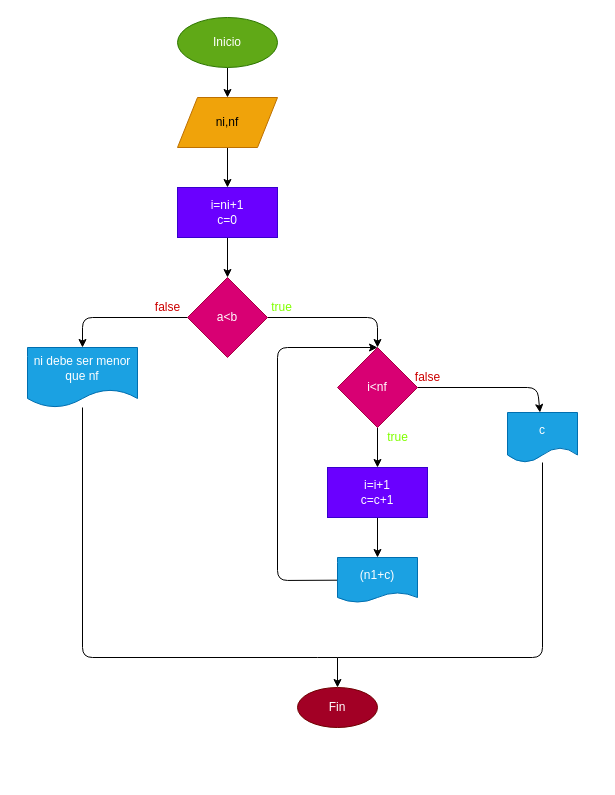
LaPulga1828/Ejercicios-con-While keeps this draw.io diagram as ejercicio2/diagrama.drawio. Above is the earlier version. Source tidied: cells renumbered, new cells numbered last; positions are measured from the earlier drawing's top-left corner, leaving out a move shared by most shapes. Both pictures are drawn from the tidied source at 100%, with x=0, y=0 at pixel (27, 17).
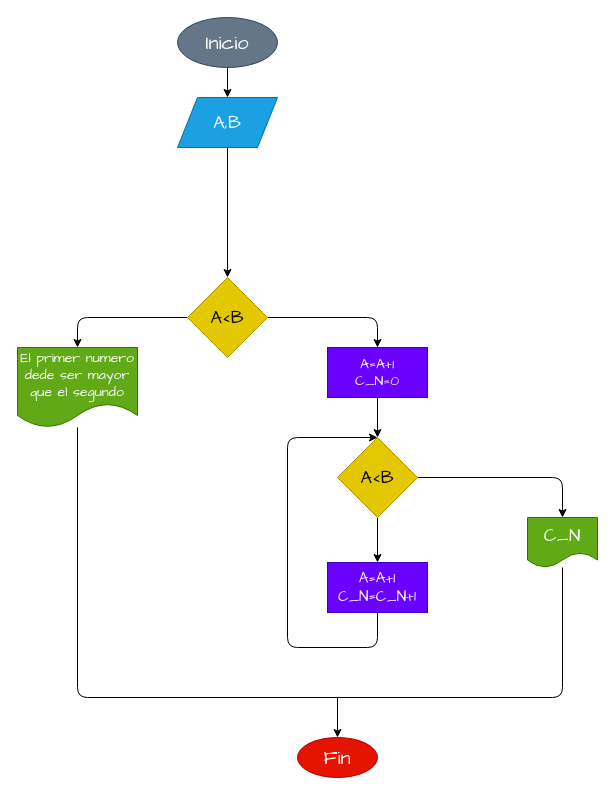
After the change.

Change to the diagram source:
```diff
@@
-    <mxCell id="3" value="Inicio" style="ellipse;whiteSpace=wrap;html=1;fillColor=#60a917;fontColor=#ffffff;strokeColor=#2D7600;" parent="1" vertex="1">
+    <mxCell id="3" value="Inicio" style="ellipse;whiteSpace=wrap;html=1;fillColor=#647687;fontColor=#ffffff;strokeColor=#314354;fontFamily=Comic Sans MS;fontSize=20;" parent="1" vertex="1">
       <mxGeometry x="150" width="100" height="50" as="geometry" />
     </mxCell>
-    <mxCell id="4" style="edgeStyle=none;html=1;" parent="1" edge="1" source="5" target="7">
+    <mxCell id="4" style="edgeStyle=none;html=1;entryX=0.5;entryY=0;entryDx=0;entryDy=0;" parent="1" edge="1" source="5" target="10">
       <mxGeometry relative="1" as="geometry" />
     </mxCell>
-    <mxCell id="5" value="ni,nf" style="shape=parallelogram;perimeter=parallelogramPerimeter;whiteSpace=wrap;html=1;fixedSize=1;fillColor=#f0a30a;strokeColor=#BD7000;fontColor=#000000;" parent="1" vertex="1">
+    <mxCell id="5" value="A,B" style="shape=parallelogram;perimeter=parallelogramPerimeter;whiteSpace=wrap;html=1;fixedSize=1;fillColor=#1ba1e2;strokeColor=#006EAF;fontColor=#ffffff;fontFamily=Comic Sans MS;fontSize=18;" parent="1" vertex="1">
       <mxGeometry x="150" y="80" width="100" height="50" as="geometry" />
     </mxCell>
-    <mxCell id="6" style="edgeStyle=none;html=1;" parent="1" edge="1" source="7" target="10">
-      <mxGeometry relative="1" as="geometry" />
-    </mxCell>
+    <mxCell id="26" style="edgeStyle=none;html=1;entryX=0.5;entryY=0;entryDx=0;entryDy=0;" parent="1" edge="1" source="7" target="15">
+      <mxGeometry relative="1" as="geometry" />
+    </mxCell>
-    <mxCell id="7" value="i=ni+1&lt;br&gt;c=0" style="whiteSpace=wrap;html=1;fillColor=#6a00ff;strokeColor=#3700CC;fontColor=#ffffff;" parent="1" vertex="1">
-      <mxGeometry x="150" y="170" width="100" height="50" as="geometry" />
+    <mxCell id="7" value="A=A+1&lt;br style=&quot;font-size: 14px;&quot;&gt;C_N=0" style="whiteSpace=wrap;html=1;fillColor=#6a00ff;strokeColor=#3700CC;fontColor=#ffffff;fontFamily=Comic Sans MS;fontSize=14;" parent="1" vertex="1">
+      <mxGeometry x="300" y="330" width="100" height="50" as="geometry" />
     </mxCell>
     <mxCell id="8" style="edgeStyle=none;html=1;" parent="1" edge="1" source="10" target="12">
       <mxGeometry relative="1" as="geometry">
         <Array as="points">
-          <mxPoint x="55" y="300" />
+          <mxPoint x="50" y="300" />
         </Array>
       </mxGeometry>
     </mxCell>
-    <mxCell id="9" style="edgeStyle=none;html=1;" parent="1" edge="1" source="10" target="15">
+    <mxCell id="9" style="edgeStyle=none;html=1;entryX=0.5;entryY=0;entryDx=0;entryDy=0;" parent="1" edge="1" source="10" target="7">
       <mxGeometry relative="1" as="geometry">
         <Array as="points">
           <mxPoint x="350" y="300" />
         </Array>
       </mxGeometry>
     </mxCell>
-    <mxCell id="10" value="a&amp;lt;b" style="rhombus;whiteSpace=wrap;html=1;fillColor=#d80073;strokeColor=#A50040;fontColor=#ffffff;" parent="1" vertex="1">
+    <mxCell id="10" value="A&amp;lt;B" style="rhombus;whiteSpace=wrap;html=1;fillColor=#e3c800;strokeColor=#B09500;fontColor=#000000;fontFamily=Comic Sans MS;fontSize=18;" parent="1" vertex="1">
       <mxGeometry x="160" y="260" width="80" height="80" as="geometry" />
     </mxCell>
     <mxCell id="11" style="edgeStyle=none;html=1;fontColor=#CC0000;endArrow=none;endFill=0;" parent="1" edge="1" source="12" target="21">
       <mxGeometry relative="1" as="geometry">
         <Array as="points">
-          <mxPoint x="55" y="640" />
-          <mxPoint x="300" y="640" />
-          <mxPoint x="515" y="640" />
+          <mxPoint x="50" y="680" />
+          <mxPoint x="535" y="680" />
         </Array>
       </mxGeometry>
     </mxCell>
-    <mxCell id="12" value="ni debe ser menor que nf" style="shape=document;whiteSpace=wrap;html=1;boundedLbl=1;fillColor=#1ba1e2;fontColor=#ffffff;strokeColor=#006EAF;" parent="1" vertex="1">
-      <mxGeometry y="330" width="110" height="60" as="geometry" />
+    <mxCell id="12" value="El primer numero dede ser mayor que el segundo" style="shape=document;whiteSpace=wrap;html=1;boundedLbl=1;fillColor=#60a917;fontColor=#ffffff;strokeColor=#2D7600;fontFamily=Comic Sans MS;fontSize=14;" parent="1" vertex="1">
+      <mxGeometry x="-10" y="330" width="120" height="80" as="geometry" />
     </mxCell>
@@
     <mxCell id="14" style="edgeStyle=none;html=1;fontColor=#000000;" parent="1" edge="1" source="15" target="21">
       <mxGeometry relative="1" as="geometry">
         <Array as="points">
-          <mxPoint x="510" y="370" />
+          <mxPoint x="535" y="460" />
         </Array>
       </mxGeometry>
     </mxCell>
-    <mxCell id="15" value="i&amp;lt;nf" style="rhombus;whiteSpace=wrap;html=1;fillColor=#d80073;fontColor=#ffffff;strokeColor=#A50040;" parent="1" vertex="1">
-      <mxGeometry x="310" y="330" width="80" height="80" as="geometry" />
+    <mxCell id="15" value="A&amp;lt;B" style="rhombus;whiteSpace=wrap;html=1;fillColor=#e3c800;fontColor=#000000;strokeColor=#B09500;fontFamily=Comic Sans MS;fontSize=18;" parent="1" vertex="1">
+      <mxGeometry x="310" y="420" width="80" height="80" as="geometry" />
     </mxCell>
-    <mxCell id="16" style="edgeStyle=none;html=1;" parent="1" edge="1" source="17" target="19">
-      <mxGeometry relative="1" as="geometry" />
-    </mxCell>
+    <mxCell id="27" style="edgeStyle=none;html=1;entryX=0.5;entryY=0;entryDx=0;entryDy=0;exitX=0.5;exitY=1;exitDx=0;exitDy=0;" parent="1" edge="1" source="17" target="15">
+      <mxGeometry relative="1" as="geometry">
+        <Array as="points">
+          <mxPoint x="350" y="630" />
+          <mxPoint x="260" y="630" />
+          <mxPoint x="260" y="420" />
+        </Array>
+      </mxGeometry>
+    </mxCell>
-    <mxCell id="17" value="i=i+1&lt;br&gt;c=c+1" style="whiteSpace=wrap;html=1;fillColor=#6a00ff;strokeColor=#3700CC;fontColor=#ffffff;" parent="1" vertex="1">
-      <mxGeometry x="300" y="450" width="100" height="50" as="geometry" />
+    <mxCell id="17" value="A=A+1&lt;br style=&quot;font-size: 15px;&quot;&gt;C_N=C_N+1" style="whiteSpace=wrap;html=1;fillColor=#6a00ff;strokeColor=#3700CC;fontColor=#ffffff;fontFamily=Comic Sans MS;fontSize=15;" parent="1" vertex="1">
+      <mxGeometry x="300" y="545" width="100" height="50" as="geometry" />
     </mxCell>
-    <mxCell id="18" style="edgeStyle=none;html=1;entryX=0.5;entryY=0;entryDx=0;entryDy=0;" parent="1" edge="1" source="19" target="15">
-      <mxGeometry relative="1" as="geometry">
-        <Array as="points">
-          <mxPoint x="250" y="563" />
-          <mxPoint x="250" y="330" />
-        </Array>
-      </mxGeometry>
-    </mxCell>
-    <mxCell id="19" value="(n1+c)" style="shape=document;whiteSpace=wrap;html=1;boundedLbl=1;fillColor=#1ba1e2;strokeColor=#006EAF;fontColor=#ffffff;size=0.2222222222222222;" parent="1" vertex="1">
-      <mxGeometry x="310" y="540" width="80" height="45" as="geometry" />
-    </mxCell>
-    <mxCell id="20" value="true" style="text;html=1;align=center;verticalAlign=middle;strokeColor=none;fillColor=none;fontColor=#80FF00;" parent="1" vertex="1">
-      <mxGeometry x="350" y="410" width="40" height="20" as="geometry" />
-    </mxCell>
-    <mxCell id="21" value="c" style="shape=document;whiteSpace=wrap;html=1;boundedLbl=1;fontColor=#ffffff;fillColor=#1ba1e2;strokeColor=#006EAF;" parent="1" vertex="1">
-      <mxGeometry x="480" y="395" width="70" height="50" as="geometry" />
+    <mxCell id="21" value="C_N" style="shape=document;whiteSpace=wrap;html=1;boundedLbl=1;fontColor=#ffffff;fillColor=#60a917;strokeColor=#2D7600;fontFamily=Comic Sans MS;fontSize=18;" parent="1" vertex="1">
+      <mxGeometry x="500" y="500" width="70" height="50" as="geometry" />
     </mxCell>
-    <mxCell id="22" value="false" style="text;html=1;align=center;verticalAlign=middle;strokeColor=none;fillColor=none;fontColor=#CC0000;" parent="1" vertex="1">
-      <mxGeometry x="380" y="350" width="40" height="20" as="geometry" />
-    </mxCell>
     <mxCell id="23" style="edgeStyle=none;html=1;fontColor=#CC0000;endArrow=none;endFill=0;startArrow=classic;startFill=1;" parent="1" edge="1" source="24">
       <mxGeometry relative="1" as="geometry">
-        <mxPoint x="310" y="640" as="targetPoint" />
+        <mxPoint x="310" y="680" as="targetPoint" />
       </mxGeometry>
     </mxCell>
-    <mxCell id="24" value="Fin" style="ellipse;whiteSpace=wrap;html=1;fontColor=#ffffff;fillColor=#a20025;strokeColor=#6F0000;" parent="1" vertex="1">
-      <mxGeometry x="270" y="670" width="80" height="40" as="geometry" />
+    <mxCell id="24" value="Fin" style="ellipse;whiteSpace=wrap;html=1;fontColor=#ffffff;fillColor=#e51400;strokeColor=#B20000;fontFamily=Comic Sans MS;fontSize=20;" parent="1" vertex="1">
+      <mxGeometry x="270" y="720" width="80" height="40" as="geometry" />
     </mxCell>
-    <mxCell id="25" value="false" style="text;html=1;align=center;verticalAlign=middle;strokeColor=none;fillColor=none;fontColor=#CC0000;" parent="1" vertex="1">
-      <mxGeometry x="120" y="280" width="40" height="20" as="geometry" />
-    </mxCell>
-    <mxCell id="26" value="true" style="text;html=1;align=center;verticalAlign=middle;strokeColor=none;fillColor=none;fontColor=#80FF00;" parent="1" vertex="1">
-      <mxGeometry x="234" y="280" width="40" height="20" as="geometry" />
-    </mxCell>
```
